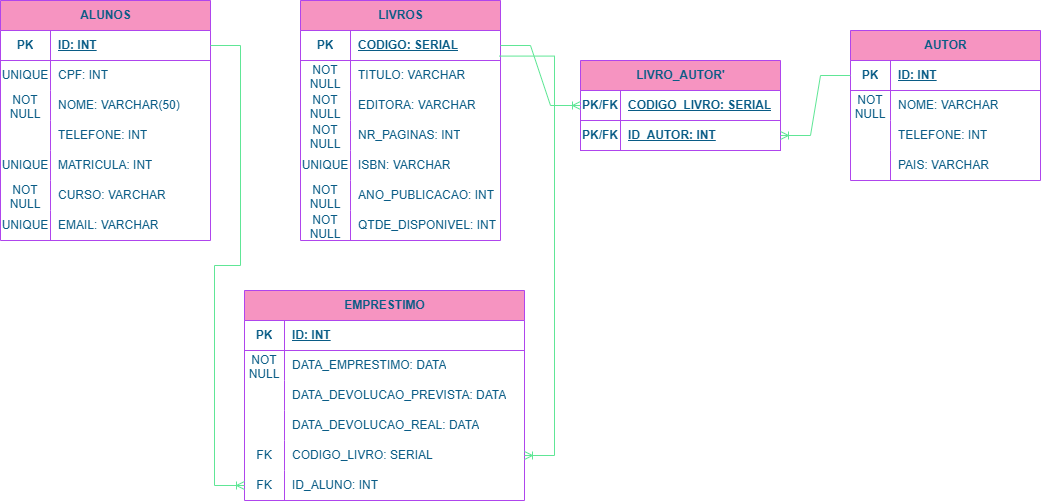
Earlier version of the draw.io export drawio/Sistema da Biblioteca.drawio.png (AliceGeekGirl/Academic-Projects-and-Activities). Source tidied: cells renumbered, new cells last; positions are measured from the earlier drawing's top-left corner, leaving out a move shared by most shapes.
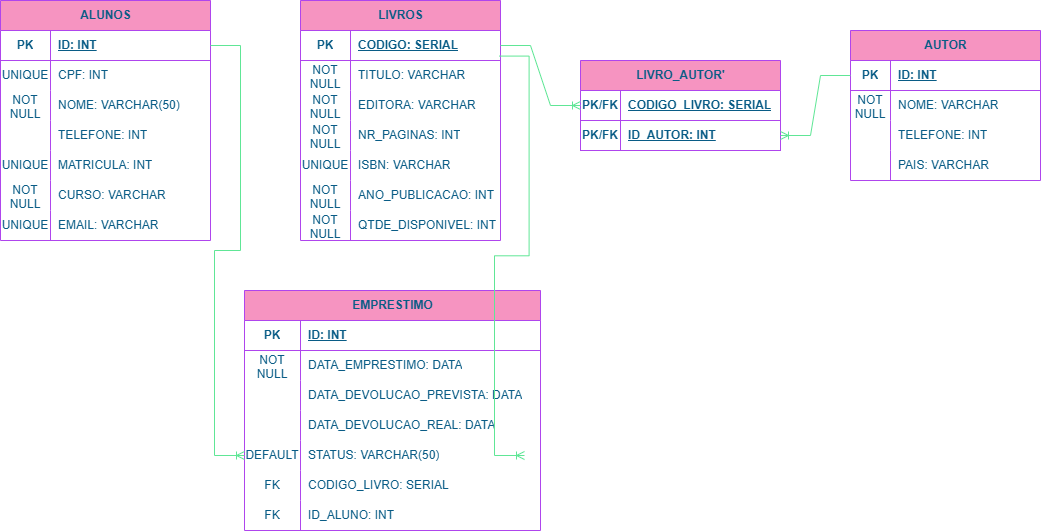
After the change.

Change to the diagram source:
```diff
@@ -135,61 +135,70 @@
       <mxGeometry x="50" width="150" height="30" as="geometry" />
     </mxCell>
     <mxCell id="46" value="EMPRESTIMO" style="shape=table;startSize=30;rowLines=0;fontStyle=1;align=center;html=1;labelBackgroundColor=none;fillColor=#F694C1;strokeColor=#AF45ED;fontColor=#095C86;" parent="1" vertex="1">
-      <mxGeometry x="244" y="290" width="280" height="210" as="geometry" />
+      <mxGeometry x="244" y="290" width="296" height="240" as="geometry" />
     </mxCell>
     <mxCell id="47" style="shape=tableRow;horizontal=0;startSize=0;swimlaneHead=0;swimlaneBody=0;fillColor=none;top=0;left=0;right=0;bottom=1;labelBackgroundColor=none;strokeColor=#AF45ED;fontColor=#095C86;" parent="46" vertex="1">
-      <mxGeometry y="30" width="280" height="30" as="geometry" />
+      <mxGeometry y="30" width="296" height="30" as="geometry" />
     </mxCell>
     <mxCell id="48" value="PK" style="shape=partialRectangle;fillColor=none;top=0;left=0;bottom=0;right=0;fontStyle=1;overflow=hidden;whiteSpace=wrap;html=1;labelBackgroundColor=none;strokeColor=#AF45ED;fontColor=#095C86;" parent="47" vertex="1">
-      <mxGeometry width="40" height="30" as="geometry" />
+      <mxGeometry width="56" height="30" as="geometry" />
     </mxCell>
     <mxCell id="49" value="ID: INT" style="shape=partialRectangle;fillColor=none;top=0;left=0;bottom=0;right=0;align=left;spacingLeft=6;fontStyle=5;overflow=hidden;whiteSpace=wrap;html=1;labelBackgroundColor=none;strokeColor=#AF45ED;fontColor=#095C86;" parent="47" vertex="1">
-      <mxGeometry x="40" width="240" height="30" as="geometry" />
+      <mxGeometry x="56" width="240" height="30" as="geometry" />
     </mxCell>
     <mxCell id="50" style="shape=tableRow;horizontal=0;startSize=0;swimlaneHead=0;swimlaneBody=0;fillColor=none;top=0;left=0;right=0;bottom=0;labelBackgroundColor=none;strokeColor=#AF45ED;fontColor=#095C86;" parent="46" vertex="1">
-      <mxGeometry y="60" width="280" height="30" as="geometry" />
+      <mxGeometry y="60" width="296" height="30" as="geometry" />
     </mxCell>
     <mxCell id="51" value="NOT NULL" style="shape=partialRectangle;fillColor=none;top=0;left=0;bottom=0;right=0;overflow=hidden;whiteSpace=wrap;html=1;labelBackgroundColor=none;strokeColor=#AF45ED;fontColor=#095C86;" parent="50" vertex="1">
-      <mxGeometry width="40" height="30" as="geometry" />
+      <mxGeometry width="56" height="30" as="geometry" />
     </mxCell>
     <mxCell id="52" value="DATA_EMPRESTIMO: DATA" style="shape=partialRectangle;fillColor=none;top=0;left=0;bottom=0;right=0;align=left;spacingLeft=6;overflow=hidden;whiteSpace=wrap;html=1;labelBackgroundColor=none;strokeColor=#AF45ED;fontColor=#095C86;" parent="50" vertex="1">
-      <mxGeometry x="40" width="240" height="30" as="geometry" />
+      <mxGeometry x="56" width="240" height="30" as="geometry" />
     </mxCell>
     <mxCell id="53" style="shape=tableRow;horizontal=0;startSize=0;swimlaneHead=0;swimlaneBody=0;fillColor=none;top=0;left=0;right=0;bottom=0;labelBackgroundColor=none;strokeColor=#AF45ED;fontColor=#095C86;" parent="46" vertex="1">
-      <mxGeometry y="90" width="280" height="30" as="geometry" />
+      <mxGeometry y="90" width="296" height="30" as="geometry" />
     </mxCell>
     <mxCell id="54" style="shape=partialRectangle;fillColor=none;top=0;left=0;bottom=0;right=0;overflow=hidden;whiteSpace=wrap;html=1;labelBackgroundColor=none;strokeColor=#AF45ED;fontColor=#095C86;" parent="53" vertex="1">
-      <mxGeometry width="40" height="30" as="geometry" />
+      <mxGeometry width="56" height="30" as="geometry" />
     </mxCell>
     <mxCell id="55" value="DATA_DEVOLUCAO_PREVISTA: DATA" style="shape=partialRectangle;fillColor=none;top=0;left=0;bottom=0;right=0;align=left;spacingLeft=6;overflow=hidden;whiteSpace=wrap;html=1;labelBackgroundColor=none;strokeColor=#AF45ED;fontColor=#095C86;" parent="53" vertex="1">
-      <mxGeometry x="40" width="240" height="30" as="geometry" />
+      <mxGeometry x="56" width="240" height="30" as="geometry" />
     </mxCell>
     <mxCell id="56" style="shape=tableRow;horizontal=0;startSize=0;swimlaneHead=0;swimlaneBody=0;fillColor=none;top=0;left=0;right=0;bottom=0;labelBackgroundColor=none;strokeColor=#AF45ED;fontColor=#095C86;" parent="46" vertex="1">
-      <mxGeometry y="120" width="280" height="30" as="geometry" />
+      <mxGeometry y="120" width="296" height="30" as="geometry" />
     </mxCell>
     <mxCell id="57" style="shape=partialRectangle;fillColor=none;top=0;left=0;bottom=0;right=0;overflow=hidden;whiteSpace=wrap;html=1;labelBackgroundColor=none;strokeColor=#AF45ED;fontColor=#095C86;" parent="56" vertex="1">
-      <mxGeometry width="40" height="30" as="geometry" />
+      <mxGeometry width="56" height="30" as="geometry" />
     </mxCell>
     <mxCell id="58" value="DATA_DEVOLUCAO_REAL: DATA" style="shape=partialRectangle;fillColor=none;top=0;left=0;bottom=0;right=0;align=left;spacingLeft=6;overflow=hidden;whiteSpace=wrap;html=1;labelBackgroundColor=none;strokeColor=#AF45ED;fontColor=#095C86;" parent="56" vertex="1">
-      <mxGeometry x="40" width="240" height="30" as="geometry" />
+      <mxGeometry x="56" width="240" height="30" as="geometry" />
     </mxCell>
-    <mxCell id="59" style="shape=tableRow;horizontal=0;startSize=0;swimlaneHead=0;swimlaneBody=0;fillColor=none;points=[[0,0.5],[1,0.5]];portConstraint=eastwest;top=0;left=0;right=0;bottom=0;labelBackgroundColor=none;strokeColor=#AF45ED;fontColor=#095C86;" parent="46" vertex="1">
-      <mxGeometry y="150" width="280" height="30" as="geometry" />
-    </mxCell>
-    <mxCell id="60" value="FK" style="shape=partialRectangle;fillColor=none;top=0;left=0;bottom=0;right=0;overflow=hidden;whiteSpace=wrap;html=1;labelBackgroundColor=none;strokeColor=#AF45ED;fontColor=#095C86;" parent="59" vertex="1">
-      <mxGeometry width="40" height="30" as="geometry" />
-    </mxCell>
+    <mxCell id="89" style="shape=tableRow;horizontal=0;startSize=0;swimlaneHead=0;swimlaneBody=0;fillColor=none;top=0;left=0;right=0;bottom=0;labelBackgroundColor=none;strokeColor=#AF45ED;fontColor=#095C86;" parent="46" vertex="1">
+      <mxGeometry y="150" width="296" height="30" as="geometry" />
+    </mxCell>
+    <mxCell id="90" value="DEFAULT" style="shape=partialRectangle;fillColor=none;top=0;left=0;bottom=0;right=0;overflow=hidden;whiteSpace=wrap;html=1;labelBackgroundColor=none;strokeColor=#AF45ED;fontColor=#095C86;" parent="89" vertex="1">
+      <mxGeometry width="56" height="30" as="geometry" />
+    </mxCell>
+    <mxCell id="91" value="STATUS: VARCHAR(50)" style="shape=partialRectangle;fillColor=none;top=0;left=0;bottom=0;right=0;align=left;spacingLeft=6;overflow=hidden;whiteSpace=wrap;html=1;labelBackgroundColor=none;strokeColor=#AF45ED;fontColor=#095C86;" parent="89" vertex="1">
+      <mxGeometry x="56" width="240" height="30" as="geometry" />
+    </mxCell>
+    <mxCell id="92" style="shape=tableRow;horizontal=0;startSize=0;swimlaneHead=0;swimlaneBody=0;fillColor=none;top=0;left=0;right=0;bottom=0;labelBackgroundColor=none;strokeColor=#AF45ED;fontColor=#095C86;" parent="46" vertex="1">
+      <mxGeometry y="180" width="296" height="30" as="geometry" />
+    </mxCell>
+    <mxCell id="93" value="FK" style="shape=partialRectangle;fillColor=none;top=0;left=0;bottom=0;right=0;overflow=hidden;whiteSpace=wrap;html=1;labelBackgroundColor=none;strokeColor=#AF45ED;fontColor=#095C86;" parent="92" vertex="1">
+      <mxGeometry width="56" height="30" as="geometry" />
+    </mxCell>
-    <mxCell id="61" value="CODIGO_LIVRO: SERIAL" style="shape=partialRectangle;fillColor=none;top=0;left=0;bottom=0;right=0;align=left;spacingLeft=6;overflow=hidden;whiteSpace=wrap;html=1;labelBackgroundColor=none;strokeColor=#AF45ED;fontColor=#095C86;" parent="59" vertex="1">
-      <mxGeometry x="40" width="240" height="30" as="geometry" />
+    <mxCell id="61" value="CODIGO_LIVRO: SERIAL" style="shape=partialRectangle;fillColor=none;top=0;left=0;bottom=0;right=0;align=left;spacingLeft=6;overflow=hidden;whiteSpace=wrap;html=1;labelBackgroundColor=none;strokeColor=#AF45ED;fontColor=#095C86;" parent="92" vertex="1">
+      <mxGeometry x="56" width="240" height="30" as="geometry" />
     </mxCell>
-    <mxCell id="62" style="shape=tableRow;horizontal=0;startSize=0;swimlaneHead=0;swimlaneBody=0;fillColor=none;points=[[0,0.5],[1,0.5]];portConstraint=eastwest;top=0;left=0;right=0;bottom=0;labelBackgroundColor=none;strokeColor=#AF45ED;fontColor=#095C86;" parent="46" vertex="1">
-      <mxGeometry y="180" width="280" height="30" as="geometry" />
-    </mxCell>
-    <mxCell id="63" value="FK" style="shape=partialRectangle;fillColor=none;top=0;left=0;bottom=0;right=0;overflow=hidden;whiteSpace=wrap;html=1;labelBackgroundColor=none;strokeColor=#AF45ED;fontColor=#095C86;" parent="62" vertex="1">
-      <mxGeometry width="40" height="30" as="geometry" />
-    </mxCell>
+    <mxCell id="94" style="shape=tableRow;horizontal=0;startSize=0;swimlaneHead=0;swimlaneBody=0;fillColor=none;top=0;left=0;right=0;bottom=0;labelBackgroundColor=none;strokeColor=#AF45ED;fontColor=#095C86;" parent="46" vertex="1">
+      <mxGeometry y="210" width="296" height="30" as="geometry" />
+    </mxCell>
+    <mxCell id="95" value="FK" style="shape=partialRectangle;fillColor=none;top=0;left=0;bottom=0;right=0;overflow=hidden;whiteSpace=wrap;html=1;labelBackgroundColor=none;strokeColor=#AF45ED;fontColor=#095C86;" parent="94" vertex="1">
+      <mxGeometry width="56" height="30" as="geometry" />
+    </mxCell>
-    <mxCell id="64" value="ID_ALUNO: INT" style="shape=partialRectangle;fillColor=none;top=0;left=0;bottom=0;right=0;align=left;spacingLeft=6;overflow=hidden;whiteSpace=wrap;html=1;labelBackgroundColor=none;strokeColor=#AF45ED;fontColor=#095C86;" parent="62" vertex="1">
-      <mxGeometry x="40" width="240" height="30" as="geometry" />
+    <mxCell id="64" value="ID_ALUNO: INT" style="shape=partialRectangle;fillColor=none;top=0;left=0;bottom=0;right=0;align=left;spacingLeft=6;overflow=hidden;whiteSpace=wrap;html=1;labelBackgroundColor=none;strokeColor=#AF45ED;fontColor=#095C86;" parent="94" vertex="1">
+      <mxGeometry x="56" width="240" height="30" as="geometry" />
     </mxCell>
     <mxCell id="65" value="AUTOR" style="shape=table;startSize=30;rowLines=0;fontStyle=1;align=center;html=1;labelBackgroundColor=none;fillColor=#F694C1;strokeColor=#AF45ED;fontColor=#095C86;" parent="1" vertex="1">
       <mxGeometry x="850" y="30" width="190" height="150" as="geometry" />
@@ -257,11 +266,15 @@
     <mxCell id="86" style="edgeStyle=entityRelationEdgeStyle;fontSize=12;html=1;endArrow=ERoneToMany;rounded=0;strokeColor=#60E696;fontColor=default;entryX=1;entryY=0.5;entryDx=0;entryDy=0;exitX=0;exitY=0.5;exitDx=0;exitDy=0;labelBackgroundColor=none;" parent="1" edge="1" source="66" target="82">
       <mxGeometry relative="1" as="geometry" />
     </mxCell>
-    <mxCell id="87" style="edgeStyle=entityRelationEdgeStyle;fontSize=12;html=1;endArrow=ERoneToMany;rounded=0;strokeColor=#60E696;fontColor=default;entryX=0;entryY=0.5;entryDx=0;entryDy=0;exitX=1;exitY=0.5;exitDx=0;exitDy=0;labelBackgroundColor=none;" parent="1" edge="1" source="3" target="62">
-      <mxGeometry relative="1" as="geometry" />
+    <mxCell id="87" style="edgeStyle=entityRelationEdgeStyle;fontSize=12;html=1;endArrow=ERoneToMany;rounded=0;strokeColor=#60E696;fontColor=default;entryX=0;entryY=0.5;entryDx=0;entryDy=0;exitX=1;exitY=0.5;exitDx=0;exitDy=0;labelBackgroundColor=none;" parent="1" edge="1" source="3">
+      <mxGeometry relative="1" as="geometry">
+        <mxPoint x="244" y="455" as="targetPoint" />
+      </mxGeometry>
     </mxCell>
-    <mxCell id="88" style="edgeStyle=entityRelationEdgeStyle;fontSize=12;html=1;endArrow=ERoneToMany;rounded=0;strokeColor=#60E696;fontColor=default;exitX=0.993;exitY=0.853;exitDx=0;exitDy=0;exitPerimeter=0;labelBackgroundColor=none;" parent="1" edge="1" source="25" target="59">
-      <mxGeometry relative="1" as="geometry" />
+    <mxCell id="88" style="edgeStyle=entityRelationEdgeStyle;fontSize=12;html=1;endArrow=ERoneToMany;rounded=0;strokeColor=#60E696;fontColor=default;exitX=0.993;exitY=0.853;exitDx=0;exitDy=0;exitPerimeter=0;labelBackgroundColor=none;" parent="1" edge="1" source="25">
+      <mxGeometry relative="1" as="geometry">
+        <mxPoint x="524" y="455" as="targetPoint" />
+      </mxGeometry>
     </mxCell>
   </root>
 </mxGraphModel>
```
